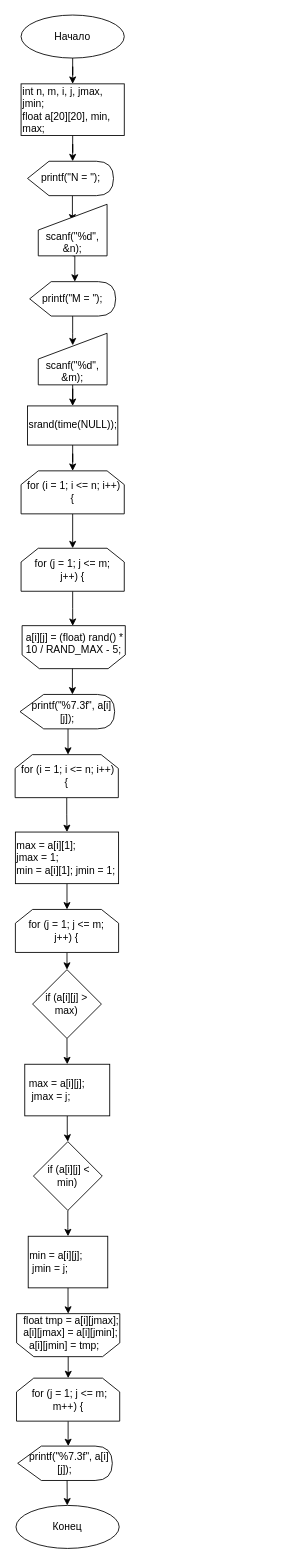
Above: Untitled Diagram.drawio in PiotrCoder-creator/Diagramma (draw.io), before the change. Source tidied: cells renumbered, new cells numbered last; positions are measured from the earlier drawing's top-left corner, leaving out a move shared by most shapes. Both pictures are drawn from the tidied source at 86%, with x=0, y=0 at pixel (15, 15).
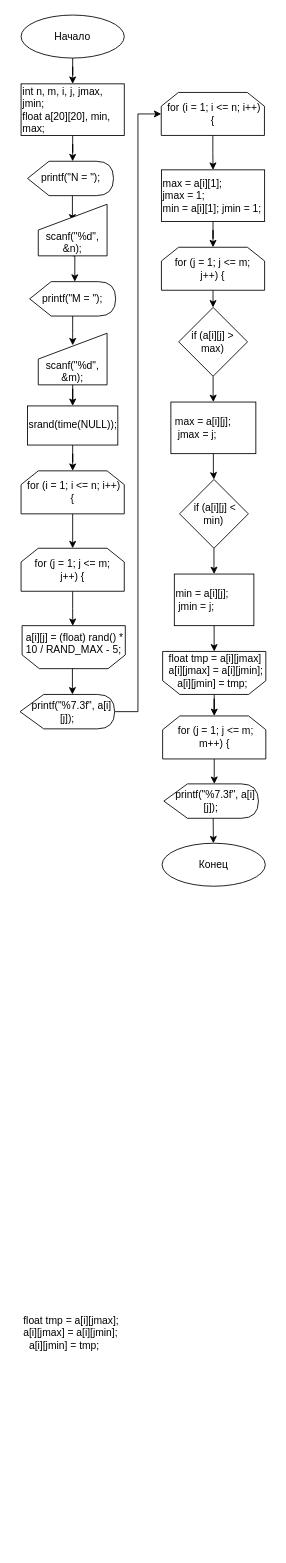
The same page after the edit.

Unchanged cells that the change refers to:
```xml
<mxCell id="35" value="&lt;span style=&quot;text-align: left&quot;&gt;&amp;nbsp; &amp;nbsp;printf(&quot;%7.3f&quot;, a[i][j]);&lt;/span&gt;" style="shape=display;whiteSpace=wrap;html=1;" parent="1" vertex="1">
  <mxGeometry x="5.8" y="790" width="110" height="40" as="geometry" />
</mxCell>
```

Diff of the diagram source:
```diff
@@
     <mxCell id="21" value="&lt;div&gt;&amp;nbsp;for (i = 1; i &amp;lt;= n; i++) {&lt;/div&gt;" style="shape=loopLimit;whiteSpace=wrap;html=1;" parent="1" vertex="1">
-      <mxGeometry x="0.1" y="860" width="120" height="50" as="geometry" />
+      <mxGeometry x="170" y="90" width="120" height="50" as="geometry" />
     </mxCell>
@@
     <mxCell id="23" value="&lt;div&gt;max = a[i][1];&lt;/div&gt;&lt;div&gt;jmax = 1;&lt;/div&gt;&lt;div&gt;min = a[i][1]; jmin = 1;&lt;/div&gt;" style="rounded=0;whiteSpace=wrap;html=1;align=left;" parent="1" vertex="1">
-      <mxGeometry x="0.4" y="950" width="120" height="60" as="geometry" />
+      <mxGeometry x="170.2" y="180" width="120" height="60" as="geometry" />
     </mxCell>
@@
     <mxCell id="30" value="&lt;div&gt;&amp;nbsp;for (j = 1; j &amp;lt;= m;&amp;nbsp;&lt;/div&gt;&lt;div&gt;j++) {&lt;/div&gt;" style="shape=loopLimit;whiteSpace=wrap;html=1;" parent="1" vertex="1">
-      <mxGeometry x="0.4" y="1040" width="120" height="50" as="geometry" />
+      <mxGeometry x="170.2" y="270" width="120" height="50" as="geometry" />
     </mxCell>
@@
     <mxCell id="32" value="if (a[i][j] &amp;gt; max)" style="rhombus;whiteSpace=wrap;html=1;" parent="1" vertex="1">
-      <mxGeometry x="20.4" y="1110" width="80" height="80" as="geometry" />
+      <mxGeometry x="190.3" y="340" width="80" height="80" as="geometry" />
     </mxCell>
@@
     <mxCell id="34" value="&lt;div&gt;&amp;nbsp;max = a[i][j];&lt;/div&gt;&lt;div&gt;&amp;nbsp; jmax = j;&lt;/div&gt;" style="rounded=0;whiteSpace=wrap;html=1;align=left;" parent="1" vertex="1">
-      <mxGeometry x="11.3" y="1220" width="98.8" height="60" as="geometry" />
+      <mxGeometry x="181.2" y="450" width="98.8" height="60" as="geometry" />
     </mxCell>
+    <mxCell id="53" style="edgeStyle=orthogonalEdgeStyle;rounded=0;jettySize=auto;html=1;entryX=0;entryY=0.5;entryDx=0;entryDy=0;" parent="1" edge="1" source="35" target="21">
+      <mxGeometry relative="1" as="geometry" />
+    </mxCell>
@@
     <mxCell id="37" value="&amp;nbsp;if (a[i][j] &amp;lt; min)" style="rhombus;whiteSpace=wrap;html=1;" parent="1" vertex="1">
-      <mxGeometry x="21.4" y="1310" width="80" height="80" as="geometry" />
+      <mxGeometry x="191.3" y="540" width="80" height="80" as="geometry" />
     </mxCell>
@@
     <mxCell id="39" value="&lt;div&gt;min = a[i][j];&lt;/div&gt;&lt;div&gt;&amp;nbsp;jmin = j;&lt;/div&gt;" style="rounded=0;whiteSpace=wrap;html=1;align=left;" parent="1" vertex="1">
-      <mxGeometry x="15.3" y="1420" width="92.5" height="60" as="geometry" />
+      <mxGeometry x="185.2" y="650" width="92.5" height="60" as="geometry" />
     </mxCell>
     <mxCell id="40" style="group;" parent="1" vertex="1">
-      <mxGeometry x="8" y="1530" width="160" height="55" as="geometry" />
+      <mxGeometry x="8" y="1530" width="289" height="55" as="geometry" />
     </mxCell>
     <mxCell id="41" style="shape=loopLimit;whiteSpace=wrap;html=1;rotation=-180;" parent="40" vertex="1">
-      <mxGeometry x="-6.2" y="-20" width="120" height="50" as="geometry" />
+      <mxGeometry x="163.6" y="-790" width="120" height="50" as="geometry" />
     </mxCell>
     <mxCell id="42" style="edgeStyle=orthogonalEdgeStyle;rounded=0;orthogonalLoop=1;jettySize=auto;html=1;exitX=0.5;exitY=1;exitDx=0;exitDy=0;" parent="40" edge="1">
       <mxGeometry relative="1" as="geometry">
-        <mxPoint x="63.8" y="15.7" as="sourcePoint" />
-        <mxPoint x="63.8" y="15.7" as="targetPoint" />
+        <mxPoint x="233.6" y="-754.3" as="sourcePoint" />
+        <mxPoint x="233.6" y="-754.3" as="targetPoint" />
       </mxGeometry>
     </mxCell>
@@
+    <mxCell id="54" value="float tmp = a[i][jmax]&lt;br&gt;a[i][jmax] = a[i][jmin];&lt;br&gt;&amp;nbsp; &amp;nbsp;a[i][jmin] = tmp;" style="text;whiteSpace=wrap;html=1;" parent="40" vertex="1">
+      <mxGeometry x="169" y="-795" width="120" height="60" as="geometry" />
+    </mxCell>
@@
     <mxCell id="46" value="&lt;div&gt;&amp;nbsp;for (j = 1; j &amp;lt;= m; m++) {&lt;/div&gt;" style="shape=loopLimit;whiteSpace=wrap;html=1;" parent="1" vertex="1">
-      <mxGeometry x="1.7" y="1585" width="120" height="50" as="geometry" />
+      <mxGeometry x="171.6" y="815" width="120" height="50" as="geometry" />
     </mxCell>
     <mxCell id="47" value="&amp;nbsp; &amp;nbsp;printf(&quot;%7.3f&quot;, a[i][j]);" style="shape=display;whiteSpace=wrap;html=1;" parent="1" vertex="1">
-      <mxGeometry x="3.1" y="1664" width="110" height="40" as="geometry" />
+      <mxGeometry x="173" y="894" width="110" height="40" as="geometry" />
     </mxCell>
     <mxCell id="48" value="Конец" style="ellipse;whiteSpace=wrap;html=1;" parent="1" vertex="1">
-      <mxGeometry x="1.1" y="1733" width="120" height="50" as="geometry" />
+      <mxGeometry x="171" y="963" width="120" height="50" as="geometry" />
     </mxCell>
@@
     <mxCell id="51" style="edgeStyle=orthogonalEdgeStyle;rounded=0;orthogonalLoop=1;jettySize=auto;html=1;entryX=0;entryY=0;entryDx=58.75;entryDy=0;entryPerimeter=0;" parent="1" edge="1">
       <mxGeometry relative="1" as="geometry">
-        <mxPoint x="60.5" y="1704" as="sourcePoint" />
-        <mxPoint x="60.7" y="1733" as="targetPoint" />
+        <mxPoint x="230.4" y="934" as="sourcePoint" />
+        <mxPoint x="230.6" y="963" as="targetPoint" />
       </mxGeometry>
     </mxCell>
-    <mxCell id="52" style="edgeStyle=orthogonalEdgeStyle;rounded=0;orthogonalLoop=1;jettySize=auto;html=1;entryX=0;entryY=0;entryDx=52.5;entryDy=0;entryPerimeter=0;" parent="1" edge="1">
-      <mxGeometry relative="1" as="geometry">
-        <mxPoint x="61.6" y="830" as="sourcePoint" />
-        <mxPoint x="61.6" y="860" as="targetPoint" />
-      </mxGeometry>
-    </mxCell>
```
